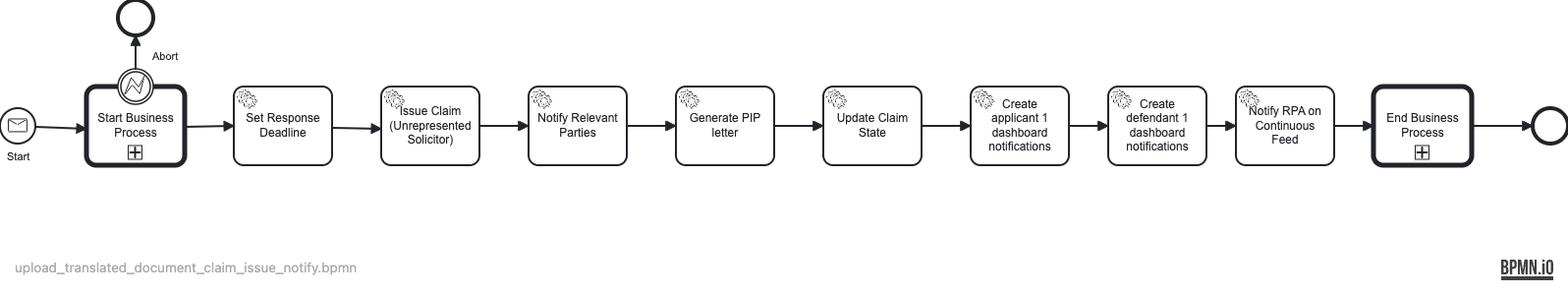
Earlier version of the BPMN export docs/bpmn-diagrams/upload_translated_document_claim_issue_notify.png (hmcts/civil-camunda-bpmn-definition). Its source is kept beside it as src/main/resources/camunda/upload_translated_document_claim_issue_notify.bpmn. Ids are renumbered.
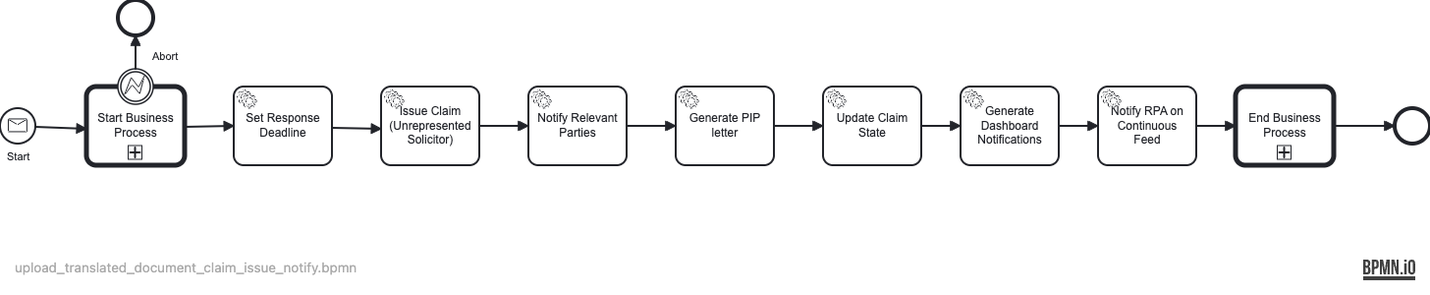
Later version of the same file.

What changed in the source:
```diff
@@ -1,4 +1,4 @@
-<bpmn:definitions xmlns:bpmn="http://www.omg.org/spec/BPMN/20100524/MODEL" xmlns:bpmndi="http://www.omg.org/spec/BPMN/20100524/DI" xmlns:dc="http://www.omg.org/spec/DD/20100524/DC" xmlns:camunda="http://camunda.org/schema/1.0/bpmn" xmlns:di="http://www.omg.org/spec/DD/20100524/DI" xmlns:xsi="http://www.w3.org/2001/XMLSchema-instance" id="Definitions_n1" targetNamespace="http://bpmn.io/schema/bpmn" exporter="Camunda Modeler" exporterVersion="5.28.0">
+<bpmn:definitions xmlns:bpmn="http://www.omg.org/spec/BPMN/20100524/MODEL" xmlns:bpmndi="http://www.omg.org/spec/BPMN/20100524/DI" xmlns:dc="http://www.omg.org/spec/DD/20100524/DC" xmlns:camunda="http://camunda.org/schema/1.0/bpmn" xmlns:di="http://www.omg.org/spec/DD/20100524/DI" xmlns:xsi="http://www.w3.org/2001/XMLSchema-instance" id="Definitions_n1" targetNamespace="http://bpmn.io/schema/bpmn" exporter="Camunda Modeler" exporterVersion="5.41.0">
   <bpmn:process id="UPLOAD_TRANSLATED_DOCUMENT_LIP_ID" name="Upload translated document lip" isExecutable="true" camunda:historyTimeToLive="P90D">
     <bpmn:startEvent id="StartEvent_1" name="Start">
       <bpmn:outgoing>Flow_n2</bpmn:outgoing>
@@ -72,34 +72,24 @@
       <bpmn:incoming>Flow_n18</bpmn:incoming>
       <bpmn:outgoing>Flow_n19</bpmn:outgoing>
     </bpmn:serviceTask>
-    <bpmn:sequenceFlow id="Flow_n19" sourceRef="updateClaimStateAfterTranslateDocumentUploadedID" targetRef="CreateIssueClaimDashboardNotificationsForApplicant1" />
-    <bpmn:serviceTask id="CreateIssueClaimDashboardNotificationsForApplicant1" name="Create applicant 1 dashboard notifications" camunda:type="external" camunda:topic="processCaseEvent">
+    <bpmn:sequenceFlow id="Flow_n19" sourceRef="updateClaimStateAfterTranslateDocumentUploadedID" targetRef="GenerateDashboardNotificationsClaimIssue" />
+    <bpmn:serviceTask id="GenerateDashboardNotificationsClaimIssue" name="Generate Dashboard Notifications" camunda:type="external" camunda:topic="processCaseEvent">
       <bpmn:extensionElements>
         <camunda:inputOutput>
-          <camunda:inputParameter name="caseEvent">CREATE_DASHBOARD_NOTIFICATION_FOR_CLAIM_ISSUE_FOR_APPLICANT1</camunda:inputParameter>
+          <camunda:inputParameter name="caseEvent">DASHBOARD_NOTIFICATION_EVENT</camunda:inputParameter>
         </camunda:inputOutput>
       </bpmn:extensionElements>
       <bpmn:incoming>Flow_n19</bpmn:incoming>
       <bpmn:outgoing>Flow_n20</bpmn:outgoing>
     </bpmn:serviceTask>
-    <bpmn:sequenceFlow id="Flow_n20" sourceRef="CreateIssueClaimDashboardNotificationsForApplicant1" targetRef="CreateIssueClaimDashboardNotificationsForDefendant1" />
-    <bpmn:serviceTask id="CreateIssueClaimDashboardNotificationsForDefendant1" name="Create defendant 1 dashboard notifications" camunda:type="external" camunda:topic="processCaseEvent">
-      <bpmn:extensionElements>
-        <camunda:inputOutput>
-          <camunda:inputParameter name="caseEvent">CREATE_DASHBOARD_NOTIFICATION_FOR_CLAIM_ISSUE_FOR_RESPONDENT1</camunda:inputParameter>
-        </camunda:inputOutput>
-      </bpmn:extensionElements>
-      <bpmn:incoming>Flow_n20</bpmn:incoming>
-      <bpmn:outgoing>Flow_n21</bpmn:outgoing>
-    </bpmn:serviceTask>
-    <bpmn:sequenceFlow id="Flow_n21" sourceRef="CreateIssueClaimDashboardNotificationsForDefendant1" targetRef="NotifyRoboticsOnContinuousFeed" />
+    <bpmn:sequenceFlow id="Flow_n20" sourceRef="GenerateDashboardNotificationsClaimIssue" targetRef="NotifyRoboticsOnContinuousFeed" />
     <bpmn:serviceTask id="NotifyRoboticsOnContinuousFeed" name="Notify RPA on Continuous Feed" camunda:type="external" camunda:topic="processCaseEvent">
       <bpmn:extensionElements>
         <camunda:inputOutput>
           <camunda:inputParameter name="caseEvent">NOTIFY_RPA_ON_CONTINUOUS_FEED</camunda:inputParameter>
         </camunda:inputOutput>
       </bpmn:extensionElements>
-      <bpmn:incoming>Flow_n21</bpmn:incoming>
+      <bpmn:incoming>Flow_n20</bpmn:incoming>
       <bpmn:outgoing>Flow_n8</bpmn:outgoing>
     </bpmn:serviceTask>
     <bpmn:sequenceFlow id="Flow_n8" sourceRef="NotifyRoboticsOnContinuousFeed" targetRef="Activity_n7" />
@@ -140,29 +130,25 @@
       <bpmndi:BPMNShape id="BPMNShape_n25" bpmnElement="Respondent1Deadline">
         <dc:Bounds x="380" y="167" width="100" height="80" />
       </bpmndi:BPMNShape>
-      <bpmndi:BPMNShape id="Activity_0vvj1l6_di" bpmnElement="CreateIssueClaimDashboardNotificationsForApplicant1">
-        <dc:Bounds x="1130" y="167" width="100" height="80" />
-        <bpmndi:BPMNLabel />
-      </bpmndi:BPMNShape>
-      <bpmndi:BPMNShape id="Event_n5_di" bpmnElement="Event_n5">
-        <dc:Bounds x="1702" y="189" width="36" height="36" />
-      </bpmndi:BPMNShape>
-      <bpmndi:BPMNShape id="Activity_14sbez9_di" bpmnElement="Activity_n7">
-        <dc:Bounds x="1540" y="167" width="100" height="80" />
-      </bpmndi:BPMNShape>
-      <bpmndi:BPMNShape id="Activity_0fzi0zq_di" bpmnElement="NotifyRoboticsOnContinuousFeed">
-        <dc:Bounds x="1400" y="167" width="100" height="80" />
-      </bpmndi:BPMNShape>
-      <bpmndi:BPMNShape id="BPMNShape_n26" bpmnElement="CreateIssueClaimDashboardNotificationsForDefendant1">
-        <dc:Bounds x="1270" y="167" width="100" height="80" />
+      <bpmndi:BPMNShape id="Activity_09r7cgd_di" bpmnElement="updateClaimStateAfterTranslateDocumentUploadedID">
+        <dc:Bounds x="980" y="167" width="100" height="80" />
         <bpmndi:BPMNLabel />
       </bpmndi:BPMNShape>
       <bpmndi:BPMNShape id="BPMNShape_n27" bpmnElement="GeneratePipLetter">
         <dc:Bounds x="830" y="167" width="100" height="80" />
         <bpmndi:BPMNLabel />
       </bpmndi:BPMNShape>
-      <bpmndi:BPMNShape id="Activity_09r7cgd_di" bpmnElement="updateClaimStateAfterTranslateDocumentUploadedID">
-        <dc:Bounds x="980" y="167" width="100" height="80" />
+      <bpmndi:BPMNShape id="Event_n5_di" bpmnElement="Event_n5">
+        <dc:Bounds x="1562" y="189" width="36" height="36" />
+      </bpmndi:BPMNShape>
+      <bpmndi:BPMNShape id="Activity_14sbez9_di" bpmnElement="Activity_n7">
+        <dc:Bounds x="1400" y="167" width="100" height="80" />
+      </bpmndi:BPMNShape>
+      <bpmndi:BPMNShape id="Activity_0fzi0zq_di" bpmnElement="NotifyRoboticsOnContinuousFeed">
+        <dc:Bounds x="1260" y="167" width="100" height="80" />
+      </bpmndi:BPMNShape>
+      <bpmndi:BPMNShape id="Activity_0vvj1l6_di" bpmnElement="GenerateDashboardNotificationsClaimIssue">
+        <dc:Bounds x="1120" y="167" width="100" height="80" />
         <bpmndi:BPMNLabel />
       </bpmndi:BPMNShape>
       <bpmndi:BPMNShape id="Event_n13_di" bpmnElement="Event_n13">
@@ -171,10 +157,6 @@
           <dc:Bounds x="297" y="130" width="27" height="14" />
         </bpmndi:BPMNLabel>
       </bpmndi:BPMNShape>
-      <bpmndi:BPMNEdge id="Flow_n6_di" bpmnElement="Flow_n6">
-        <di:waypoint x="1640" y="207" />
-        <di:waypoint x="1702" y="207" />
-      </bpmndi:BPMNEdge>
       <bpmndi:BPMNEdge id="Flow_n12_di" bpmnElement="Flow_n12">
         <di:waypoint x="280" y="149" />
         <di:waypoint x="280" y="115" />
@@ -201,24 +183,24 @@
       </bpmndi:BPMNEdge>
       <bpmndi:BPMNEdge id="Flow_n19_di" bpmnElement="Flow_n19">
         <di:waypoint x="1080" y="207" />
-        <di:waypoint x="1130" y="207" />
+        <di:waypoint x="1120" y="207" />
       </bpmndi:BPMNEdge>
       <bpmndi:BPMNEdge id="Flow_n20_di" bpmnElement="Flow_n20">
-        <di:waypoint x="1230" y="207" />
-        <di:waypoint x="1270" y="207" />
-      </bpmndi:BPMNEdge>
-      <bpmndi:BPMNEdge id="Flow_n21_di" bpmnElement="Flow_n21">
-        <di:waypoint x="1370" y="207" />
-        <di:waypoint x="1400" y="207" />
-      </bpmndi:BPMNEdge>
-      <bpmndi:BPMNEdge id="Flow_n8_di" bpmnElement="Flow_n8">
-        <di:waypoint x="1500" y="207" />
-        <di:waypoint x="1540" y="207" />
+        <di:waypoint x="1220" y="207" />
+        <di:waypoint x="1260" y="207" />
       </bpmndi:BPMNEdge>
       <bpmndi:BPMNEdge id="Flow_n18_di" bpmnElement="Flow_n18">
         <di:waypoint x="930" y="207" />
         <di:waypoint x="980" y="207" />
       </bpmndi:BPMNEdge>
+      <bpmndi:BPMNEdge id="Flow_n6_di" bpmnElement="Flow_n6">
+        <di:waypoint x="1500" y="207" />
+        <di:waypoint x="1562" y="207" />
+      </bpmndi:BPMNEdge>
+      <bpmndi:BPMNEdge id="Flow_n8_di" bpmnElement="Flow_n8">
+        <di:waypoint x="1360" y="207" />
+        <di:waypoint x="1400" y="207" />
+      </bpmndi:BPMNEdge>
     </bpmndi:BPMNPlane>
   </bpmndi:BPMNDiagram>
 </bpmn:definitions>
```
